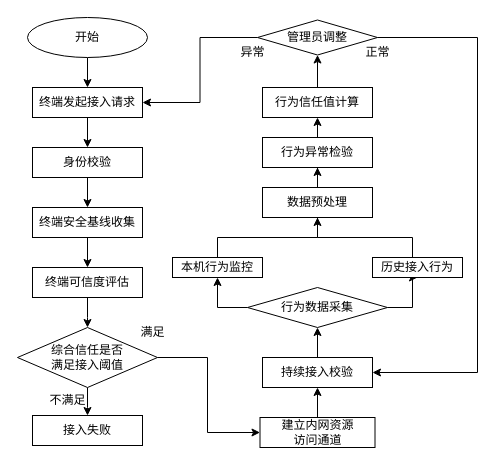
Above: testDirectory/系统工作流程.drawio in Moose1273/- (draw.io), before the change. Source tidied: cells renumbered, new cells numbered last; positions are measured from the earlier drawing's top-left corner, leaving out a move shared by most shapes. Both pictures are drawn from the tidied source at 100%, with x=0, y=0 at pixel (17, 17).
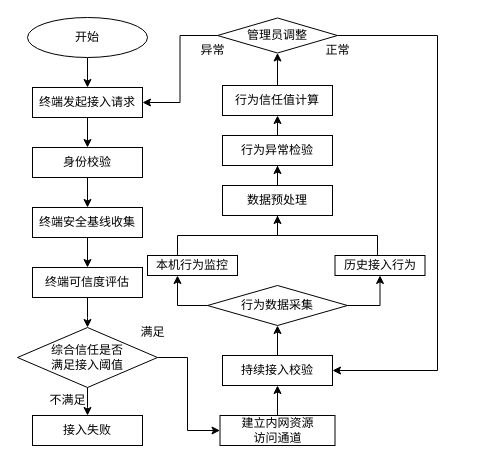
Above is the later version.

Commit message (it also covers changes not shown here):
更新系统工作流程.drawio

The change refers to these unchanged cells:
```xml
<mxCell id="13" value="综合信任是否&lt;br&gt;满足接入阈值" style="rhombus;whiteSpace=wrap;html=1;" parent="1" vertex="1">
  <mxGeometry y="310" width="140" height="60" as="geometry" />
</mxCell>
```

Change to the diagram source:
```diff
@@
     <mxCell id="17" value="持续接入校验" style="rounded=0;whiteSpace=wrap;html=1;" parent="1" vertex="1">
-      <mxGeometry x="245" y="340" width="110" height="30" as="geometry" />
+      <mxGeometry x="205" y="338" width="110" height="30" as="geometry" />
     </mxCell>
@@
-    <mxCell id="19" style="edgeStyle=orthogonalEdgeStyle;rounded=0;jettySize=auto;html=1;entryX=0.5;entryY=1;entryDx=0;entryDy=0;exitX=0;exitY=0.5;exitDx=0;exitDy=0;" parent="1" edge="1" source="21" target="23">
+    <mxCell id="19" style="edgeStyle=orthogonalEdgeStyle;rounded=0;jettySize=auto;html=1;entryX=0.5;entryY=1;entryDx=0;entryDy=0;exitX=0;exitY=0.5;exitDx=0;exitDy=0;" parent="1" edge="1" source="21">
       <mxGeometry relative="1" as="geometry">
+        <mxPoint x="160" y="258" as="targetPoint" />
         <Array as="points">
-          <mxPoint x="200" y="290" />
+          <mxPoint x="160" y="288" />
         </Array>
       </mxGeometry>
     </mxCell>
     <mxCell id="20" style="edgeStyle=orthogonalEdgeStyle;rounded=0;jettySize=auto;html=1;entryX=0.5;entryY=1;entryDx=0;entryDy=0;exitX=1;exitY=0.5;exitDx=0;exitDy=0;" parent="1" edge="1" source="21" target="25">
-      <mxGeometry relative="1" as="geometry">
-        <Array as="points">
-          <mxPoint x="395" y="290" />
-        </Array>
-      </mxGeometry>
+      <mxGeometry relative="1" as="geometry" />
     </mxCell>
     <mxCell id="21" value="行为数据采集" style="rhombus;whiteSpace=wrap;html=1;" parent="1" vertex="1">
-      <mxGeometry x="230" y="270" width="140" height="40" as="geometry" />
+      <mxGeometry x="190" y="268" width="140" height="40" as="geometry" />
     </mxCell>
-    <mxCell id="22" style="edgeStyle=orthogonalEdgeStyle;rounded=0;jettySize=auto;html=1;entryX=0.5;entryY=1;entryDx=0;entryDy=0;" parent="1" edge="1" source="23" target="27">
+    <mxCell id="22" style="edgeStyle=orthogonalEdgeStyle;rounded=0;jettySize=auto;html=1;entryX=0.5;entryY=1;entryDx=0;entryDy=0;" parent="1" edge="1" target="27">
       <mxGeometry relative="1" as="geometry">
+        <mxPoint x="160" y="238" as="sourcePoint" />
         <Array as="points">
-          <mxPoint x="200" y="220" />
-          <mxPoint x="300" y="220" />
+          <mxPoint x="160" y="218" />
+          <mxPoint x="260" y="218" />
         </Array>
       </mxGeometry>
     </mxCell>
     <mxCell id="23" value="本机行为监控" style="rounded=0;whiteSpace=wrap;html=1;" parent="1" vertex="1">
-      <mxGeometry x="155" y="240" width="90" height="20" as="geometry" />
+      <mxGeometry x="130" y="238" width="90" height="20" as="geometry" />
     </mxCell>
     <mxCell id="24" style="edgeStyle=orthogonalEdgeStyle;rounded=0;jettySize=auto;html=1;endArrow=none;endFill=0;exitX=0.5;exitY=0;exitDx=0;exitDy=0;" parent="1" edge="1" source="25">
       <mxGeometry relative="1" as="geometry">
-        <mxPoint x="300" y="200" as="targetPoint" />
+        <mxPoint x="260" y="198" as="targetPoint" />
         <Array as="points">
-          <mxPoint x="395" y="240" />
-          <mxPoint x="395" y="220" />
-          <mxPoint x="300" y="220" />
+          <mxPoint x="360" y="238" />
+          <mxPoint x="360" y="218" />
+          <mxPoint x="260" y="218" />
         </Array>
       </mxGeometry>
     </mxCell>
     <mxCell id="25" value="历史接入行为" style="rounded=0;whiteSpace=wrap;html=1;" parent="1" vertex="1">
-      <mxGeometry x="355" y="240" width="90" height="20" as="geometry" />
+      <mxGeometry x="317.5" y="238" width="90" height="20" as="geometry" />
     </mxCell>
@@
     <mxCell id="27" value="数据预处理" style="rounded=0;whiteSpace=wrap;html=1;" parent="1" vertex="1">
-      <mxGeometry x="245" y="170" width="110" height="30" as="geometry" />
+      <mxGeometry x="205" y="168" width="110" height="30" as="geometry" />
     </mxCell>
@@
     <mxCell id="29" value="行为异常检验" style="rounded=0;whiteSpace=wrap;html=1;" parent="1" vertex="1">
-      <mxGeometry x="245" y="120" width="110" height="30" as="geometry" />
+      <mxGeometry x="205" y="118" width="110" height="30" as="geometry" />
     </mxCell>
@@
     <mxCell id="31" value="行为信任值计算" style="rounded=0;whiteSpace=wrap;html=1;" parent="1" vertex="1">
-      <mxGeometry x="245" y="70" width="110" height="30" as="geometry" />
+      <mxGeometry x="205" y="68" width="110" height="30" as="geometry" />
     </mxCell>
@@
     <mxCell id="33" style="edgeStyle=orthogonalEdgeStyle;rounded=0;jettySize=auto;html=1;entryX=1;entryY=0.5;entryDx=0;entryDy=0;" parent="1" edge="1" source="34" target="17">
       <mxGeometry relative="1" as="geometry">
         <Array as="points">
-          <mxPoint x="460" y="20" />
-          <mxPoint x="460" y="355" />
+          <mxPoint x="420" y="18" />
+          <mxPoint x="420" y="353" />
         </Array>
       </mxGeometry>
     </mxCell>
     <mxCell id="34" value="管理员调整" style="rhombus;whiteSpace=wrap;html=1;rounded=0;" parent="1" vertex="1">
-      <mxGeometry x="240" y="2.5" width="120" height="35" as="geometry" />
+      <mxGeometry x="200" y="0.5" width="120" height="35" as="geometry" />
     </mxCell>
     <mxCell id="35" value="异常" style="text;html=1;align=center;verticalAlign=middle;strokeColor=none;fillColor=none;" parent="1" vertex="1">
-      <mxGeometry x="210" y="20" width="50" height="30" as="geometry" />
+      <mxGeometry x="170" y="18" width="50" height="30" as="geometry" />
     </mxCell>
     <mxCell id="36" value="正常" style="text;html=1;align=center;verticalAlign=middle;strokeColor=none;fillColor=none;" parent="1" vertex="1">
-      <mxGeometry x="335" y="20" width="50" height="30" as="geometry" />
+      <mxGeometry x="295" y="18" width="50" height="30" as="geometry" />
     </mxCell>
@@
     <mxCell id="38" value="建立内网资源&lt;br&gt;访问通道" style="rounded=0;whiteSpace=wrap;html=1;" parent="1" vertex="1">
-      <mxGeometry x="242.5" y="400" width="115" height="30" as="geometry" />
+      <mxGeometry x="202.5" y="398" width="115" height="30" as="geometry" />
     </mxCell>
     <mxCell id="39" style="endArrow=classic;html=1;rounded=0;exitX=1;exitY=0.5;exitDx=0;exitDy=0;entryX=0;entryY=0.5;entryDx=0;entryDy=0;" parent="1" edge="1" source="13" target="38">
       <mxGeometry relative="1" as="geometry">
         <Array as="points">
-          <mxPoint x="190" y="340" />
-          <mxPoint x="190" y="415" />
+          <mxPoint x="170" y="340" />
+          <mxPoint x="170" y="413" />
         </Array>
       </mxGeometry>
     </mxCell>
```
